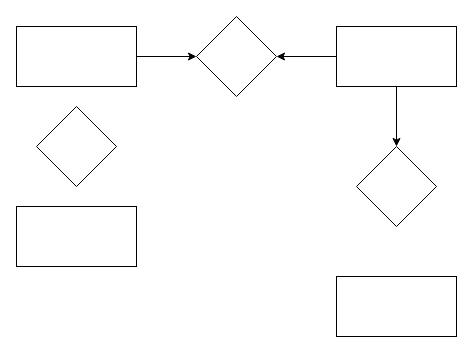
The draw.io diagram MER_projeto.drawio in rebeccajanuario/MERprojeto, before the edit. Source tidied: cells renumbered, new cells numbered last; positions are measured from the earlier drawing's top-left corner, leaving out a move shared by most shapes. Both pictures are drawn from the tidied source at 100%, with x=0, y=0 at pixel (16, 16).
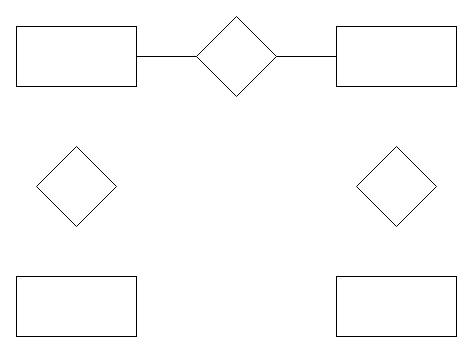
The same diagram, later.

Change to the diagram source:
```diff
@@
 <mxGraphModel>
   <root>
     <mxCell id="0" />
     <mxCell id="1" parent="0" />
     <mxCell id="2" style="rounded=0;whiteSpace=wrap;html=1;" parent="1" vertex="1">
       <mxGeometry x="320" y="260" width="120" height="60" as="geometry" />
     </mxCell>
-    <mxCell id="3" style="edgeStyle=orthogonalEdgeStyle;rounded=0;jettySize=auto;html=1;entryX=1;entryY=0.5;entryDx=0;entryDy=0;" parent="1" edge="1" source="5" target="11">
-      <mxGeometry relative="1" as="geometry" />
-    </mxCell>
-    <mxCell id="4" style="edgeStyle=orthogonalEdgeStyle;rounded=0;jettySize=auto;html=1;entryX=0.5;entryY=0;entryDx=0;entryDy=0;" parent="1" edge="1" source="5" target="9">
-      <mxGeometry relative="1" as="geometry" />
-    </mxCell>
     <mxCell id="5" style="rounded=0;whiteSpace=wrap;html=1;" parent="1" vertex="1">
       <mxGeometry x="320" y="10" width="120" height="60" as="geometry" />
     </mxCell>
     <mxCell id="6" style="rounded=0;whiteSpace=wrap;html=1;" parent="1" vertex="1">
-      <mxGeometry y="190" width="120" height="60" as="geometry" />
+      <mxGeometry y="260" width="120" height="60" as="geometry" />
     </mxCell>
-    <mxCell id="7" style="edgeStyle=orthogonalEdgeStyle;rounded=0;jettySize=auto;html=1;entryX=0;entryY=0.5;entryDx=0;entryDy=0;" parent="1" edge="1" source="8" target="11">
-      <mxGeometry relative="1" as="geometry" />
-    </mxCell>
     <mxCell id="8" style="rounded=0;whiteSpace=wrap;html=1;" parent="1" vertex="1">
       <mxGeometry y="10" width="120" height="60" as="geometry" />
     </mxCell>
     <mxCell id="9" style="rhombus;whiteSpace=wrap;html=1;" parent="1" vertex="1">
       <mxGeometry x="340" y="130" width="80" height="80" as="geometry" />
     </mxCell>
     <mxCell id="10" style="rhombus;whiteSpace=wrap;html=1;" parent="1" vertex="1">
-      <mxGeometry x="20" y="90" width="80" height="80" as="geometry" />
+      <mxGeometry x="20" y="130" width="80" height="80" as="geometry" />
     </mxCell>
     <mxCell id="11" style="rhombus;whiteSpace=wrap;html=1;" parent="1" vertex="1">
       <mxGeometry x="180" width="80" height="80" as="geometry" />
     </mxCell>
+    <mxCell id="12" style="endArrow=none;html=1;rounded=0;exitX=1;exitY=0.5;exitDx=0;exitDy=0;entryX=0;entryY=0.5;entryDx=0;entryDy=0;" parent="1" edge="1" source="11" target="5">
+      <mxGeometry relative="1" as="geometry" />
+    </mxCell>
+    <mxCell id="7" style="endArrow=none;html=1;rounded=0;exitX=1;exitY=0.5;exitDx=0;exitDy=0;entryX=0;entryY=0.5;entryDx=0;entryDy=0;" parent="1" edge="1" source="8" target="11">
+      <mxGeometry relative="1" as="geometry" />
+    </mxCell>
   </root>
 </mxGraphModel>
```
